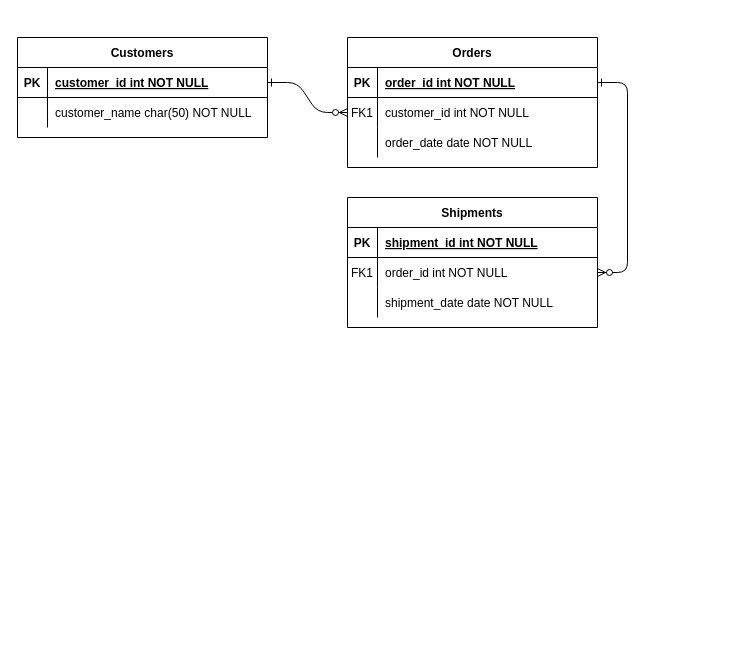
The draw.io diagram Diagrama -de-practica.drawio in aoimonster/diagrama-e-r, before the edit. Source tidied: cells renumbered, new cells numbered last; positions are measured from the earlier drawing's top-left corner, leaving out a move shared by most shapes. Both pictures are drawn from the tidied source at 100%, with x=0, y=0 at pixel (17, 37).
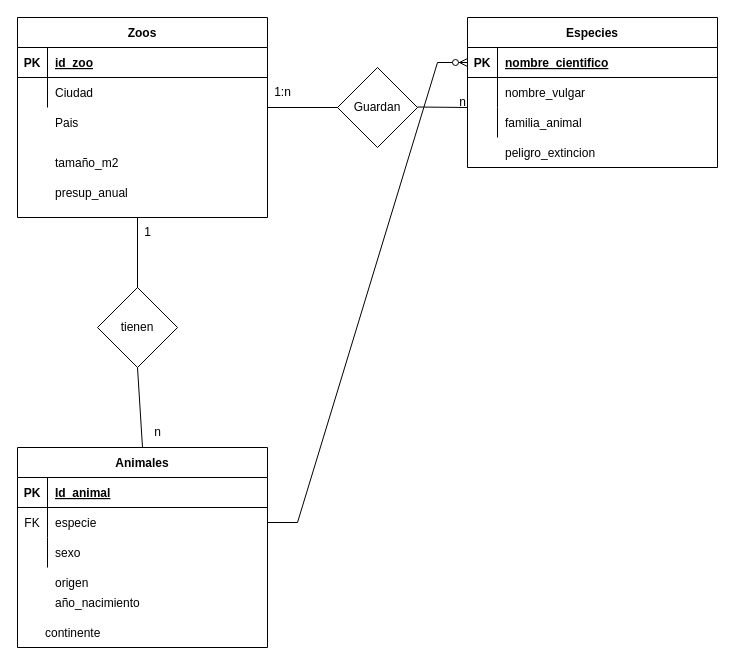
After the change.

Unchanged cells that the change refers to:
```xml
<mxCell id="5" style="shape=partialRectangle;fillColor=none;points=[[0,0.5],[1,0.5]];portConstraint=eastwest;top=0;left=0;right=0;bottom=1;" parent="4" vertex="1">
  <mxGeometry y="30" width="250" height="30" as="geometry" />
</mxCell>
<mxCell id="8" style="shape=partialRectangle;fillColor=none;points=[[0,0.5],[1,0.5]];portConstraint=eastwest;top=0;left=0;right=0;bottom=0;" parent="4" vertex="1">
  <mxGeometry y="60" width="250" height="30" as="geometry" />
</mxCell>
<mxCell id="11" style="shape=partialRectangle;fillColor=none;top=0;left=0;right=0;bottom=0;" parent="4" vertex="1">
  <mxGeometry y="90" width="250" height="30" as="geometry" />
</mxCell>
<mxCell id="15" style="shape=partialRectangle;fillColor=none;top=0;left=0;right=0;bottom=1;" parent="14" vertex="1">
  <mxGeometry y="30" width="250" height="30" as="geometry" />
</mxCell>
<mxCell id="18" style="shape=partialRectangle;fillColor=none;points=[[0,0.5],[1,0.5]];portConstraint=eastwest;top=0;left=0;right=0;bottom=0;" parent="14" vertex="1">
  <mxGeometry y="60" width="250" height="30" as="geometry" />
</mxCell>
<mxCell id="21" style="shape=partialRectangle;fillColor=none;top=0;left=0;right=0;bottom=0;" parent="14" vertex="1">
  <mxGeometry y="90" width="250" height="30" as="geometry" />
</mxCell>
<mxCell id="25" style="shape=partialRectangle;fillColor=none;points=[[0,0.5],[1,0.5]];portConstraint=eastwest;top=0;left=0;right=0;bottom=1;" parent="24" vertex="1">
  <mxGeometry y="30" width="250" height="30" as="geometry" />
</mxCell>
<mxCell id="28" style="shape=partialRectangle;fillColor=none;top=0;left=0;right=0;bottom=0;" parent="24" vertex="1">
  <mxGeometry y="60" width="250" height="30" as="geometry" />
</mxCell>
```

What changed in the source:
```diff
@@
-    <mxCell id="2" style="edgeStyle=entityRelationEdgeStyle;endArrow=ERzeroToMany;startArrow=ERone;endFill=1;startFill=0;" parent="1" edge="1" source="25" target="8">
-      <mxGeometry relative="1" as="geometry" />
-    </mxCell>
-    <mxCell id="3" style="edgeStyle=entityRelationEdgeStyle;endArrow=ERzeroToMany;startArrow=ERone;endFill=1;startFill=0;" parent="1" edge="1" source="5" target="18">
-      <mxGeometry relative="1" as="geometry" />
-    </mxCell>
-    <mxCell id="4" value="Orders" style="shape=table;startSize=30;childLayout=tableLayout;rowLines=0;fontStyle=1;align=center;" parent="1" vertex="1">
-      <mxGeometry x="330" width="250" height="130" as="geometry" />
+    <mxCell id="4" value="Especies" style="shape=table;startSize=30;childLayout=tableLayout;rowLines=0;fontStyle=1;align=center;" parent="1" vertex="1">
+      <mxGeometry x="450" y="-20" width="250" height="150" as="geometry" />
     </mxCell>
@@
-    <mxCell id="7" value="order_id int NOT NULL " style="shape=partialRectangle;overflow=hidden;fillColor=none;top=0;left=0;bottom=0;right=0;align=left;spacingLeft=6;fontStyle=5;" parent="5" vertex="1">
+    <mxCell id="7" value="nombre_cientifico" style="shape=partialRectangle;overflow=hidden;fillColor=none;top=0;left=0;bottom=0;right=0;align=left;spacingLeft=6;fontStyle=5;" parent="5" vertex="1">
       <mxGeometry x="30" width="220" height="30" as="geometry" />
     </mxCell>
@@
-    <mxCell id="9" value="FK1" style="shape=partialRectangle;overflow=hidden;fillColor=none;top=0;left=0;bottom=0;right=0;" parent="8" vertex="1">
+    <mxCell id="9" style="shape=partialRectangle;overflow=hidden;fillColor=none;top=0;left=0;bottom=0;right=0;" parent="8" vertex="1">
       <mxGeometry width="30" height="30" as="geometry" />
     </mxCell>
-    <mxCell id="10" value="customer_id int NOT NULL" style="shape=partialRectangle;overflow=hidden;fillColor=none;top=0;left=0;bottom=0;right=0;align=left;spacingLeft=6;" parent="8" vertex="1">
+    <mxCell id="10" value="nombre_vulgar" style="shape=partialRectangle;overflow=hidden;fillColor=none;top=0;left=0;bottom=0;right=0;align=left;spacingLeft=6;" parent="8" vertex="1">
       <mxGeometry x="30" width="220" height="30" as="geometry" />
     </mxCell>
@@
-    <mxCell id="13" value="order_date date NOT NULL" style="shape=partialRectangle;overflow=hidden;fillColor=none;top=0;left=0;bottom=0;right=0;align=left;spacingLeft=6;" parent="11" vertex="1">
+    <mxCell id="13" value="familia_animal" style="shape=partialRectangle;overflow=hidden;fillColor=none;top=0;left=0;bottom=0;right=0;align=left;spacingLeft=6;" parent="11" vertex="1">
       <mxGeometry x="30" width="220" height="30" as="geometry" />
     </mxCell>
-    <mxCell id="14" value="Shipments" style="shape=table;startSize=30;childLayout=tableLayout;rowLines=0;fontStyle=1;align=center;" parent="1" vertex="1">
-      <mxGeometry x="330" y="160" width="250" height="130" as="geometry" />
+    <mxCell id="14" value="Animales" style="shape=table;startSize=30;childLayout=tableLayout;rowLines=0;fontStyle=1;align=center;" parent="1" vertex="1">
+      <mxGeometry y="410" width="250" height="200" as="geometry" />
     </mxCell>
@@
-    <mxCell id="17" value="shipment_id int NOT NULL " style="shape=partialRectangle;overflow=hidden;fillColor=none;top=0;left=0;bottom=0;right=0;align=left;spacingLeft=6;fontStyle=5;" parent="15" vertex="1">
+    <mxCell id="17" value="Id_animal" style="shape=partialRectangle;overflow=hidden;fillColor=none;top=0;left=0;bottom=0;right=0;align=left;spacingLeft=6;fontStyle=5;" parent="15" vertex="1">
       <mxGeometry x="30" width="220" height="30" as="geometry" />
     </mxCell>
@@
-    <mxCell id="19" value="FK1" style="shape=partialRectangle;overflow=hidden;fillColor=none;top=0;left=0;bottom=0;right=0;" parent="18" vertex="1">
+    <mxCell id="19" value="FK" style="shape=partialRectangle;overflow=hidden;fillColor=none;top=0;left=0;bottom=0;right=0;" parent="18" vertex="1">
       <mxGeometry width="30" height="30" as="geometry" />
     </mxCell>
-    <mxCell id="20" value="order_id int NOT NULL" style="shape=partialRectangle;overflow=hidden;fillColor=none;top=0;left=0;bottom=0;right=0;align=left;spacingLeft=6;" parent="18" vertex="1">
+    <mxCell id="20" value="especie" style="shape=partialRectangle;overflow=hidden;fillColor=none;top=0;left=0;bottom=0;right=0;align=left;spacingLeft=6;" parent="18" vertex="1">
       <mxGeometry x="30" width="220" height="30" as="geometry" />
     </mxCell>
@@
-    <mxCell id="23" value="shipment_date date NOT NULL" style="shape=partialRectangle;overflow=hidden;fillColor=none;top=0;left=0;bottom=0;right=0;align=left;spacingLeft=6;" parent="21" vertex="1">
+    <mxCell id="23" value="sexo" style="shape=partialRectangle;overflow=hidden;fillColor=none;top=0;left=0;bottom=0;right=0;align=left;spacingLeft=6;" parent="21" vertex="1">
       <mxGeometry x="30" width="220" height="30" as="geometry" />
     </mxCell>
-    <mxCell id="24" value="Customers" style="shape=table;startSize=30;childLayout=tableLayout;rowLines=0;fontStyle=1;align=center;" parent="1" vertex="1">
-      <mxGeometry width="250" height="100" as="geometry" />
+    <mxCell id="24" value="Zoos" style="shape=table;startSize=30;childLayout=tableLayout;rowLines=0;fontStyle=1;align=center;" parent="1" vertex="1">
+      <mxGeometry y="-20" width="250" height="200" as="geometry" />
     </mxCell>
@@
-    <mxCell id="27" value="customer_id int NOT NULL " style="shape=partialRectangle;overflow=hidden;fillColor=none;top=0;left=0;bottom=0;right=0;align=left;spacingLeft=6;fontStyle=5;" parent="25" vertex="1">
+    <mxCell id="27" value="id_zoo" style="shape=partialRectangle;overflow=hidden;fillColor=none;top=0;left=0;bottom=0;right=0;align=left;spacingLeft=6;fontStyle=5;" parent="25" vertex="1">
       <mxGeometry x="30" width="220" height="30" as="geometry" />
     </mxCell>
@@
-    <mxCell id="30" value="customer_name char(50) NOT NULL" style="shape=partialRectangle;overflow=hidden;fillColor=none;top=0;left=0;bottom=0;right=0;align=left;spacingLeft=6;" parent="28" vertex="1">
+    <mxCell id="30" value="Ciudad" style="shape=partialRectangle;overflow=hidden;fillColor=none;top=0;left=0;bottom=0;right=0;align=left;spacingLeft=6;" parent="28" vertex="1">
       <mxGeometry x="30" width="220" height="30" as="geometry" />
     </mxCell>
+    <mxCell id="31" value="Pais" style="shape=partialRectangle;overflow=hidden;fillColor=none;top=0;left=0;bottom=0;right=0;align=left;spacingLeft=6;" parent="1" vertex="1">
+      <mxGeometry x="30" y="70" width="220" height="30" as="geometry" />
+    </mxCell>
+    <mxCell id="32" value="tamaño_m2" style="shape=partialRectangle;overflow=hidden;fillColor=none;top=0;left=0;bottom=0;right=0;align=left;spacingLeft=6;" parent="1" vertex="1">
+      <mxGeometry x="30" y="110" width="220" height="30" as="geometry" />
+    </mxCell>
+    <mxCell id="33" value="presup_anual" style="shape=partialRectangle;overflow=hidden;fillColor=none;top=0;left=0;bottom=0;right=0;align=left;spacingLeft=6;" parent="1" vertex="1">
+      <mxGeometry x="30" y="140" width="220" height="30" as="geometry" />
+    </mxCell>
+    <mxCell id="34" value="peligro_extincion" style="shape=partialRectangle;overflow=hidden;fillColor=none;top=0;left=0;bottom=0;right=0;align=left;spacingLeft=6;" parent="1" vertex="1">
+      <mxGeometry x="480" y="100" width="220" height="30" as="geometry" />
+    </mxCell>
+    <mxCell id="35" value="año_nacimiento" style="shape=partialRectangle;overflow=hidden;fillColor=none;top=0;left=0;bottom=0;right=0;align=left;spacingLeft=6;" parent="1" vertex="1">
+      <mxGeometry x="30" y="550" width="220" height="30" as="geometry" />
+    </mxCell>
+    <mxCell id="36" value="origen" style="shape=partialRectangle;overflow=hidden;fillColor=none;top=0;left=0;bottom=0;right=0;align=left;spacingLeft=6;" parent="1" vertex="1">
+      <mxGeometry x="30" y="530" width="220" height="30" as="geometry" />
+    </mxCell>
+    <mxCell id="37" value="continente" style="shape=partialRectangle;overflow=hidden;fillColor=none;top=0;left=0;bottom=0;right=0;align=left;spacingLeft=6;" parent="1" vertex="1">
+      <mxGeometry x="20" y="580" width="220" height="30" as="geometry" />
+    </mxCell>
+    <mxCell id="38" value="Guardan" style="rhombus;whiteSpace=wrap;html=1;" parent="1" vertex="1">
+      <mxGeometry x="320" y="30" width="80" height="80" as="geometry" />
+    </mxCell>
+    <mxCell id="39" style="endArrow=none;html=1;rounded=0;entryX=0;entryY=0.5;entryDx=0;entryDy=0;" parent="1" edge="1" target="38">
+      <mxGeometry relative="1" as="geometry">
+        <mxPoint x="250" y="70" as="sourcePoint" />
+      </mxGeometry>
+    </mxCell>
+    <mxCell id="40" style="endArrow=none;html=1;rounded=0;" parent="1" edge="1">
+      <mxGeometry relative="1" as="geometry">
+        <mxPoint x="400" y="69.5" as="sourcePoint" />
+        <mxPoint x="450" y="70" as="targetPoint" />
+      </mxGeometry>
+    </mxCell>
+    <mxCell id="41" value="1:n" style="text;html=1;align=center;verticalAlign=middle;strokeColor=none;fillColor=none;" parent="1" vertex="1">
+      <mxGeometry x="245" y="40" width="40" height="30" as="geometry" />
+    </mxCell>
+    <mxCell id="42" value="n" style="text;html=1;align=center;verticalAlign=middle;strokeColor=none;fillColor=none;" parent="1" vertex="1">
+      <mxGeometry x="430" y="50" width="30" height="30" as="geometry" />
+    </mxCell>
+    <mxCell id="43" value="tienen" style="rhombus;whiteSpace=wrap;html=1;" parent="1" vertex="1">
+      <mxGeometry x="80" y="250" width="80" height="80" as="geometry" />
+    </mxCell>
+    <mxCell id="44" style="endArrow=none;html=1;rounded=0;entryX=0.5;entryY=0;entryDx=0;entryDy=0;" parent="1" edge="1" target="43">
+      <mxGeometry relative="1" as="geometry">
+        <mxPoint x="120" y="180" as="sourcePoint" />
+      </mxGeometry>
+    </mxCell>
+    <mxCell id="45" style="endArrow=none;html=1;rounded=0;entryX=0.5;entryY=0;entryDx=0;entryDy=0;" parent="1" edge="1" target="14">
+      <mxGeometry relative="1" as="geometry">
+        <mxPoint x="120" y="330" as="sourcePoint" />
+      </mxGeometry>
+    </mxCell>
+    <mxCell id="46" value="1" style="text;html=1;align=center;verticalAlign=middle;strokeColor=none;fillColor=none;" parent="1" vertex="1">
+      <mxGeometry x="115" y="180" width="30" height="30" as="geometry" />
+    </mxCell>
+    <mxCell id="47" value="n" style="text;html=1;align=center;verticalAlign=middle;strokeColor=none;fillColor=none;" parent="1" vertex="1">
+      <mxGeometry x="125" y="380" width="30" height="30" as="geometry" />
+    </mxCell>
+    <mxCell id="48" style="edgeStyle=entityRelationEdgeStyle;fontSize=12;html=1;endArrow=ERzeroToMany;endFill=1;rounded=0;exitX=1;exitY=0.5;exitDx=0;exitDy=0;entryX=0;entryY=0.5;entryDx=0;entryDy=0;" parent="1" edge="1" source="18" target="5">
+      <mxGeometry relative="1" as="geometry" />
+    </mxCell>
```
